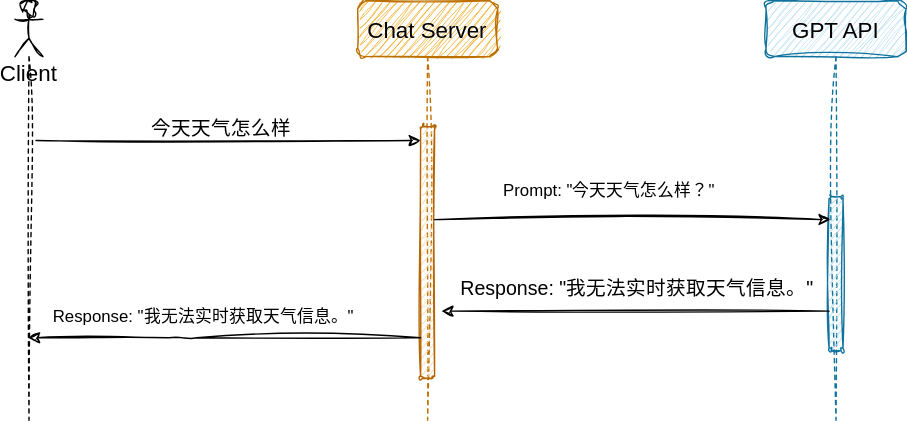
Before: img/chat-process.drawio.svg, a diagram exported from draw.io (tvwz/blog). Source tidied: cells renumbered, new cells last; positions are measured from the earlier drawing's top-left corner, leaving out a move shared by most shapes.
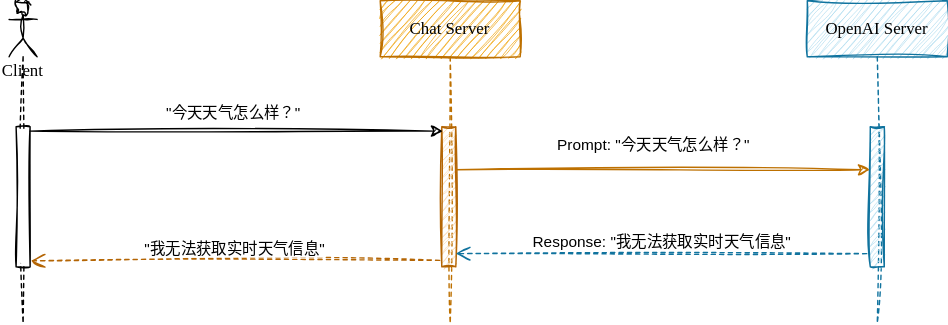
The same diagram one commit later.

Commit message:
🌈 style: 时序图美化

The edit, as a diff of the source:
```diff
@@ -2,53 +2,45 @@
   <root>
     <mxCell id="0" />
     <mxCell id="1" parent="0" />
-    <mxCell id="2" value="Client" style="shape=umlLifeline;participant=umlActor;perimeter=lifelinePerimeter;verticalAlign=top;spacingTop=36;outlineConnect=0;hachureGap=4;fontFamily=Helvetica;fontSize=16;rounded=1;labelBackgroundColor=none;labelBorderColor=none;sketch=1;curveFitting=1;jiggle=2;" parent="1" vertex="1">
-      <mxGeometry width="20" height="300" as="geometry" />
+    <mxCell id="2" value="&lt;font face=&quot;Comic Sans MS&quot;&gt;Client&lt;/font&gt;" style="shape=umlLifeline;participant=umlActor;perimeter=lifelinePerimeter;whiteSpace=wrap;html=1;verticalAlign=top;spacingTop=36;outlineConnect=0;shadow=0;glass=0;rounded=0;sketch=1;curveFitting=1;jiggle=2;" parent="1" vertex="1">
+      <mxGeometry x="-20" y="-30" width="20" height="230" as="geometry" />
     </mxCell>
+    <mxCell id="15" style="html=1;points=[];perimeter=orthogonalPerimeter;rounded=0;shadow=0;glass=0;sketch=1;curveFitting=1;jiggle=2;" parent="2" vertex="1">
+      <mxGeometry x="5" y="90" width="10" height="100" as="geometry" />
+    </mxCell>
-    <mxCell id="3" value="Chat Server" style="shape=umlLifeline;perimeter=lifelinePerimeter;hachureGap=4;fontFamily=Helvetica;fontSize=16;rounded=1;labelBackgroundColor=none;labelBorderColor=none;sketch=1;curveFitting=1;jiggle=2;fillColor=#f0a30a;fontColor=#000000;strokeColor=#BD7000;" parent="1" vertex="1">
-      <mxGeometry x="245" width="100" height="300" as="geometry" />
+    <mxCell id="3" value="&lt;font face=&quot;Comic Sans MS&quot;&gt;Chat Server&lt;/font&gt;" style="shape=umlLifeline;perimeter=lifelinePerimeter;whiteSpace=wrap;html=1;rounded=0;shadow=0;glass=0;sketch=1;fillColor=#f0a30a;strokeColor=#BD7000;curveFitting=1;jiggle=2;fontColor=#000000;" parent="1" vertex="1">
+      <mxGeometry x="245" y="-30" width="100" height="230" as="geometry" />
     </mxCell>
-    <mxCell id="4" style="points=[];perimeter=orthogonalPerimeter;hachureGap=4;fontFamily=Helvetica;fontSize=20;rounded=1;labelBackgroundColor=none;labelBorderColor=none;sketch=1;curveFitting=1;jiggle=2;fillColor=#fad7ac;strokeColor=#b46504;" parent="3" vertex="1">
-      <mxGeometry x="45" y="90" width="10" height="180" as="geometry" />
-    </mxCell>
-    <mxCell id="5" value="GPT API" style="shape=umlLifeline;perimeter=lifelinePerimeter;hachureGap=4;fontFamily=Helvetica;fontSize=16;rounded=1;labelBackgroundColor=none;labelBorderColor=none;sketch=1;curveFitting=1;jiggle=2;fillColor=#b1ddf0;strokeColor=#10739e;" parent="1" vertex="1">
-      <mxGeometry x="537" width="100" height="300" as="geometry" />
-    </mxCell>
-    <mxCell id="6" style="points=[];perimeter=orthogonalPerimeter;hachureGap=4;fontFamily=Helvetica;fontSize=20;rounded=1;labelBackgroundColor=none;labelBorderColor=none;sketch=1;curveFitting=1;jiggle=2;fillColor=#b1ddf0;strokeColor=#10739e;" parent="5" vertex="1">
-      <mxGeometry x="45" y="140" width="10" height="110" as="geometry" />
-    </mxCell>
-    <mxCell id="7" style="edgeStyle=none;hachureGap=4;entryX=0.1;entryY=0.15;entryDx=0;entryDy=0;entryPerimeter=0;fontFamily=Helvetica;fontSize=16;rounded=1;labelBackgroundColor=none;labelBorderColor=none;sketch=1;curveFitting=1;jiggle=2;" parent="1" edge="1" source="4" target="6">
-      <mxGeometry relative="1" as="geometry" />
-    </mxCell>
+    <mxCell id="16" style="html=1;points=[];perimeter=orthogonalPerimeter;rounded=0;shadow=0;glass=0;sketch=1;fillColor=#fad7ac;strokeColor=#b46504;curveFitting=1;jiggle=2;" parent="3" vertex="1">
+      <mxGeometry x="44" y="90" width="10" height="100" as="geometry" />
+    </mxCell>
+    <mxCell id="17" value="&lt;font face=&quot;Comic Sans MS&quot;&gt;OpenAI Server&lt;/font&gt;" style="shape=umlLifeline;perimeter=lifelinePerimeter;whiteSpace=wrap;html=1;rounded=0;shadow=0;glass=0;sketch=1;fillColor=#b1ddf0;strokeColor=#10739e;curveFitting=1;jiggle=2;" parent="1" vertex="1">
+      <mxGeometry x="550" y="-30" width="100" height="230" as="geometry" />
+    </mxCell>
+    <mxCell id="18" style="html=1;points=[];perimeter=orthogonalPerimeter;fillColor=#b1ddf0;strokeColor=#10739e;sketch=1;curveFitting=1;jiggle=2;" parent="17" vertex="1">
+      <mxGeometry x="45" y="90" width="10" height="100" as="geometry" />
+    </mxCell>
+    <mxCell id="19" style="edgeStyle=none;html=1;entryX=-0.028;entryY=0.307;entryDx=0;entryDy=0;entryPerimeter=0;strokeColor=#BD7000;sketch=1;curveFitting=1;jiggle=2;fillColor=#f0a30a;" parent="1" edge="1" source="16" target="18">
+      <mxGeometry relative="1" as="geometry" />
+    </mxCell>
-    <mxCell id="8" value="Prompt: &quot;今天天气怎么样？&quot;" style="text;align=center;verticalAlign=middle;strokeColor=none;fillColor=none;fontSize=12;fontFamily=Helvetica;hachureGap=4;rounded=1;labelBackgroundColor=none;labelBorderColor=none;sketch=1;curveFitting=1;jiggle=2;" parent="1" vertex="1">
-      <mxGeometry x="325" y="120" width="200" height="30" as="geometry" />
+    <mxCell id="8" value="Prompt: &quot;今天天气怎么样？&quot;" style="edgeLabel;html=1;align=center;verticalAlign=middle;" parent="19" vertex="1">
+      <mxGeometry x="0.05" relative="1" as="geometry">
+        <mxPoint x="-15" y="-18" as="offset" />
+      </mxGeometry>
     </mxCell>
-    <mxCell id="9" value="Response: &quot;我无法实时获取天气信息。&quot;" style="text;align=center;verticalAlign=middle;strokeColor=none;fillColor=none;fontSize=14;fontFamily=Helvetica;hachureGap=4;rounded=1;labelBackgroundColor=none;labelBorderColor=none;sketch=1;curveFitting=1;jiggle=2;" parent="1" vertex="1">
-      <mxGeometry x="310" y="190" width="270" height="30" as="geometry" />
-    </mxCell>
-    <mxCell id="10" style="edgeStyle=none;hachureGap=4;fontFamily=Helvetica;fontSize=14;rounded=1;labelBackgroundColor=none;labelBorderColor=none;sketch=1;curveFitting=1;jiggle=2;" parent="1" edge="1">
-      <mxGeometry relative="1" as="geometry">
-        <mxPoint x="15" y="100" as="sourcePoint" />
-        <mxPoint x="290" y="100" as="targetPoint" />
-      </mxGeometry>
-    </mxCell>
-    <mxCell id="11" value="今天天气怎么样" style="edgeLabel;align=center;verticalAlign=middle;fontSize=14;fontFamily=Helvetica;rounded=1;labelBackgroundColor=none;labelBorderColor=none;sketch=1;curveFitting=1;jiggle=2;" parent="10" vertex="1">
-      <mxGeometry x="-0.12" y="1" relative="1" as="geometry">
-        <mxPoint x="11" y="-9" as="offset" />
-      </mxGeometry>
-    </mxCell>
-    <mxCell id="12" style="edgeStyle=none;fontFamily=Helvetica;rounded=1;labelBackgroundColor=none;labelBorderColor=none;sketch=1;curveFitting=1;jiggle=2;" parent="1" edge="1" source="4" target="2">
-      <mxGeometry relative="1" as="geometry">
-        <Array as="points">
-          <mxPoint x="120" y="241" />
-        </Array>
-      </mxGeometry>
-    </mxCell>
-    <mxCell id="13" value="Response: &quot;我无法实时获取天气信息。&quot;" style="text;align=center;verticalAlign=middle;strokeColor=none;fillColor=none;fontFamily=Helvetica;rounded=1;labelBackgroundColor=none;labelBorderColor=none;sketch=1;curveFitting=1;jiggle=2;" parent="1" vertex="1">
-      <mxGeometry y="210" width="270" height="30" as="geometry" />
-    </mxCell>
-    <mxCell id="14" style="edgeStyle=none;rounded=1;fontFamily=Helvetica;fontSize=16;entryX=1.5;entryY=0.733;entryDx=0;entryDy=0;entryPerimeter=0;labelBackgroundColor=none;labelBorderColor=none;sketch=1;curveFitting=1;jiggle=2;" parent="1" edge="1" source="6" target="4">
-      <mxGeometry relative="1" as="geometry" />
-    </mxCell>
+    <mxCell id="20" value="Response: &quot;我无法获取实时天气信息&quot;" style="html=1;verticalAlign=bottom;endArrow=open;dashed=1;endSize=8;exitX=-0.25;exitY=0.906;exitDx=0;exitDy=0;exitPerimeter=0;fillColor=#b1ddf0;strokeColor=#10739e;sketch=1;curveFitting=1;jiggle=2;" parent="1" edge="1" source="18" target="16">
+      <mxGeometry relative="1" as="geometry" />
+    </mxCell>
+    <mxCell id="21" style="edgeStyle=none;html=1;entryX=0.071;entryY=0.031;entryDx=0;entryDy=0;entryPerimeter=0;sketch=1;curveFitting=1;jiggle=2;" parent="1" edge="1" source="15" target="16">
+      <mxGeometry relative="1" as="geometry" />
+    </mxCell>
+    <mxCell id="22" value="&quot;今天天气怎么样？&quot;" style="edgeLabel;html=1;align=center;verticalAlign=middle;" parent="21" vertex="1">
+      <mxGeometry x="0.04" relative="1" as="geometry">
+        <mxPoint x="-9" y="-13" as="offset" />
+      </mxGeometry>
+    </mxCell>
+    <mxCell id="23" value="&quot;我无法获取实时天气信息&quot;" style="html=1;verticalAlign=bottom;endArrow=open;dashed=1;endSize=8;exitX=-0.15;exitY=0.954;exitDx=0;exitDy=0;exitPerimeter=0;fillColor=#fad7ac;strokeColor=#b46504;sketch=1;curveFitting=1;jiggle=2;entryX=1.05;entryY=0.957;entryDx=0;entryDy=0;entryPerimeter=0;" parent="1" edge="1" source="16" target="15">
+      <mxGeometry relative="1" as="geometry" />
+    </mxCell>
   </root>
 </mxGraphModel>
```
